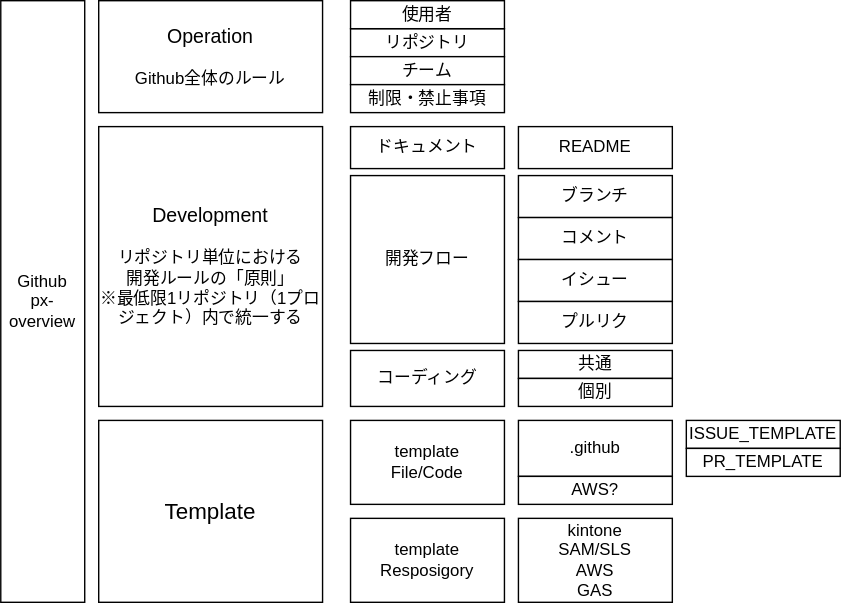
Above: docs/px-overview.drawio.svg in prime-x-co-ltd/px-overview (draw.io), before the change. Source tidied: cells renumbered, new cells last; positions are measured from the earlier drawing's top-left corner, leaving out a move shared by most shapes. Source of this version:
```xml
<mxGraphModel>
  <root>
    <mxCell id="0" />
    <mxCell id="1" parent="0" />
    <mxCell id="2" value="Github&lt;br&gt;px-overview" style="rounded=1;whiteSpace=wrap;html=1;arcSize=0;" parent="1" vertex="1">
      <mxGeometry width="60" height="430" as="geometry" />
    </mxCell>
    <mxCell id="3" value="&lt;font style=&quot;font-size: 14px&quot;&gt;Operation&lt;/font&gt;&lt;br&gt;&lt;br&gt;Github全体のルール" style="rounded=1;whiteSpace=wrap;html=1;arcSize=0;" parent="1" vertex="1">
      <mxGeometry x="70" width="160" height="80" as="geometry" />
    </mxCell>
    <mxCell id="4" value="リポジトリ" style="rounded=1;whiteSpace=wrap;html=1;arcSize=0;" parent="1" vertex="1">
      <mxGeometry x="250" y="20" width="110" height="20" as="geometry" />
    </mxCell>
    <mxCell id="5" value="チーム" style="rounded=1;whiteSpace=wrap;html=1;arcSize=0;" parent="1" vertex="1">
      <mxGeometry x="250" y="40" width="110" height="20" as="geometry" />
    </mxCell>
    <mxCell id="6" value="&lt;span style=&quot;font-size: 14px&quot;&gt;Development&lt;/span&gt;&lt;br&gt;&lt;br&gt;リポジトリ単位における&lt;br&gt;開発ルールの「原則」&lt;br&gt;※最低限1リポジトリ（1プロジェクト）内で統一する" style="rounded=1;whiteSpace=wrap;html=1;arcSize=0;" parent="1" vertex="1">
      <mxGeometry x="70" y="90" width="160" height="200" as="geometry" />
    </mxCell>
    <mxCell id="7" value="ドキュメント" style="rounded=1;whiteSpace=wrap;html=1;arcSize=0;" parent="1" vertex="1">
      <mxGeometry x="250" y="90" width="110" height="30" as="geometry" />
    </mxCell>
    <mxCell id="8" value="ブランチ" style="rounded=1;whiteSpace=wrap;html=1;arcSize=0;" parent="1" vertex="1">
      <mxGeometry x="370" y="125" width="110" height="30" as="geometry" />
    </mxCell>
    <mxCell id="9" value="コメント" style="rounded=1;whiteSpace=wrap;html=1;arcSize=0;" parent="1" vertex="1">
      <mxGeometry x="370" y="155" width="110" height="30" as="geometry" />
    </mxCell>
    <mxCell id="10" value="イシュー" style="rounded=1;whiteSpace=wrap;html=1;arcSize=0;" parent="1" vertex="1">
      <mxGeometry x="370" y="185" width="110" height="30" as="geometry" />
    </mxCell>
    <mxCell id="11" value="プルリク" style="rounded=1;whiteSpace=wrap;html=1;arcSize=0;" parent="1" vertex="1">
      <mxGeometry x="370" y="215" width="110" height="30" as="geometry" />
    </mxCell>
    <mxCell id="12" value="README" style="rounded=1;whiteSpace=wrap;html=1;arcSize=0;" parent="1" vertex="1">
      <mxGeometry x="370" y="90" width="110" height="30" as="geometry" />
    </mxCell>
    <mxCell id="13" value="開発フロー" style="rounded=1;whiteSpace=wrap;html=1;arcSize=0;" parent="1" vertex="1">
      <mxGeometry x="250" y="125" width="110" height="120" as="geometry" />
    </mxCell>
    <mxCell id="14" value="コーディング" style="rounded=1;whiteSpace=wrap;html=1;arcSize=0;" parent="1" vertex="1">
      <mxGeometry x="250" y="250" width="110" height="40" as="geometry" />
    </mxCell>
    <mxCell id="15" value="&lt;span style=&quot;font-size: 16px&quot;&gt;Template&lt;/span&gt;" style="rounded=1;whiteSpace=wrap;html=1;arcSize=0;" parent="1" vertex="1">
      <mxGeometry x="70" y="300" width="160" height="130" as="geometry" />
    </mxCell>
    <mxCell id="16" value="template&lt;br&gt;File/Code" style="rounded=1;whiteSpace=wrap;html=1;arcSize=0;" parent="1" vertex="1">
      <mxGeometry x="250" y="300" width="110" height="60" as="geometry" />
    </mxCell>
    <mxCell id="17" value="template&lt;br&gt;Resposigory" style="rounded=1;whiteSpace=wrap;html=1;arcSize=0;" parent="1" vertex="1">
      <mxGeometry x="250" y="370" width="110" height="60" as="geometry" />
    </mxCell>
    <mxCell id="18" value="kintone&lt;br&gt;SAM/SLS&lt;br&gt;AWS&lt;br&gt;GAS" style="rounded=1;whiteSpace=wrap;html=1;arcSize=0;" parent="1" vertex="1">
      <mxGeometry x="370" y="370" width="110" height="60" as="geometry" />
    </mxCell>
    <mxCell id="19" value=".github" style="rounded=1;whiteSpace=wrap;html=1;arcSize=0;" parent="1" vertex="1">
      <mxGeometry x="370" y="300" width="110" height="40" as="geometry" />
    </mxCell>
    <mxCell id="20" value="使用者" style="rounded=1;whiteSpace=wrap;html=1;arcSize=0;" parent="1" vertex="1">
      <mxGeometry x="250" width="110" height="20" as="geometry" />
    </mxCell>
    <mxCell id="21" value="ISSUE_TEMPLATE" style="rounded=1;whiteSpace=wrap;html=1;arcSize=0;" parent="1" vertex="1">
      <mxGeometry x="490" y="300" width="110" height="20" as="geometry" />
    </mxCell>
    <mxCell id="22" value="PR_TEMPLATE" style="rounded=1;whiteSpace=wrap;html=1;arcSize=0;" parent="1" vertex="1">
      <mxGeometry x="490" y="320" width="110" height="20" as="geometry" />
    </mxCell>
    <mxCell id="23" value="制限・禁止事項" style="rounded=1;whiteSpace=wrap;html=1;arcSize=0;" parent="1" vertex="1">
      <mxGeometry x="250" y="60" width="110" height="20" as="geometry" />
    </mxCell>
    <mxCell id="24" value="共通" style="rounded=1;whiteSpace=wrap;html=1;arcSize=0;" parent="1" vertex="1">
      <mxGeometry x="370" y="250" width="110" height="20" as="geometry" />
    </mxCell>
    <mxCell id="25" value="個別" style="rounded=1;whiteSpace=wrap;html=1;arcSize=0;" parent="1" vertex="1">
      <mxGeometry x="370" y="270" width="110" height="20" as="geometry" />
    </mxCell>
    <mxCell id="26" value="AWS?" style="rounded=1;whiteSpace=wrap;html=1;arcSize=0;" parent="1" vertex="1">
      <mxGeometry x="370" y="340" width="110" height="20" as="geometry" />
    </mxCell>
  </root>
</mxGraphModel>
```
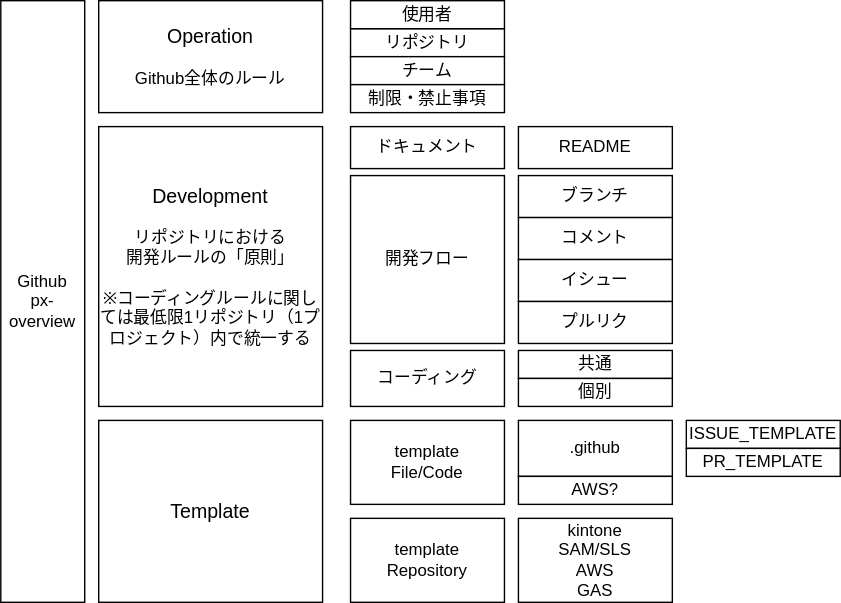
The same file after the commit.

Diff of the diagram source:
```diff
@@ -14,7 +14,7 @@
     <mxCell id="5" value="チーム" style="rounded=1;whiteSpace=wrap;html=1;arcSize=0;" parent="1" vertex="1">
       <mxGeometry x="250" y="40" width="110" height="20" as="geometry" />
     </mxCell>
-    <mxCell id="6" value="&lt;span style=&quot;font-size: 14px&quot;&gt;Development&lt;/span&gt;&lt;br&gt;&lt;br&gt;リポジトリ単位における&lt;br&gt;開発ルールの「原則」&lt;br&gt;※最低限1リポジトリ（1プロジェクト）内で統一する" style="rounded=1;whiteSpace=wrap;html=1;arcSize=0;" parent="1" vertex="1">
+    <mxCell id="6" value="&lt;span style=&quot;font-size: 14px&quot;&gt;Development&lt;/span&gt;&lt;br&gt;&lt;br&gt;リポジトリにおける&lt;br&gt;開発ルールの「原則」&lt;br&gt;&lt;br&gt;※コーディングルールに関しては最低限1リポジトリ（1プロジェクト）内で統一する" style="rounded=1;whiteSpace=wrap;html=1;arcSize=0;" parent="1" vertex="1">
       <mxGeometry x="70" y="90" width="160" height="200" as="geometry" />
     </mxCell>
     <mxCell id="7" value="ドキュメント" style="rounded=1;whiteSpace=wrap;html=1;arcSize=0;" parent="1" vertex="1">
@@ -41,13 +41,13 @@
     <mxCell id="14" value="コーディング" style="rounded=1;whiteSpace=wrap;html=1;arcSize=0;" parent="1" vertex="1">
       <mxGeometry x="250" y="250" width="110" height="40" as="geometry" />
     </mxCell>
-    <mxCell id="15" value="&lt;span style=&quot;font-size: 16px&quot;&gt;Template&lt;/span&gt;" style="rounded=1;whiteSpace=wrap;html=1;arcSize=0;" parent="1" vertex="1">
+    <mxCell id="15" value="&lt;font style=&quot;font-size: 14px&quot;&gt;Template&lt;/font&gt;" style="rounded=1;whiteSpace=wrap;html=1;arcSize=0;" parent="1" vertex="1">
       <mxGeometry x="70" y="300" width="160" height="130" as="geometry" />
     </mxCell>
     <mxCell id="16" value="template&lt;br&gt;File/Code" style="rounded=1;whiteSpace=wrap;html=1;arcSize=0;" parent="1" vertex="1">
       <mxGeometry x="250" y="300" width="110" height="60" as="geometry" />
     </mxCell>
-    <mxCell id="17" value="template&lt;br&gt;Resposigory" style="rounded=1;whiteSpace=wrap;html=1;arcSize=0;" parent="1" vertex="1">
+    <mxCell id="17" value="template&lt;br&gt;Repository" style="rounded=1;whiteSpace=wrap;html=1;arcSize=0;" parent="1" vertex="1">
       <mxGeometry x="250" y="370" width="110" height="60" as="geometry" />
     </mxCell>
     <mxCell id="18" value="kintone&lt;br&gt;SAM/SLS&lt;br&gt;AWS&lt;br&gt;GAS" style="rounded=1;whiteSpace=wrap;html=1;arcSize=0;" parent="1" vertex="1">
```
